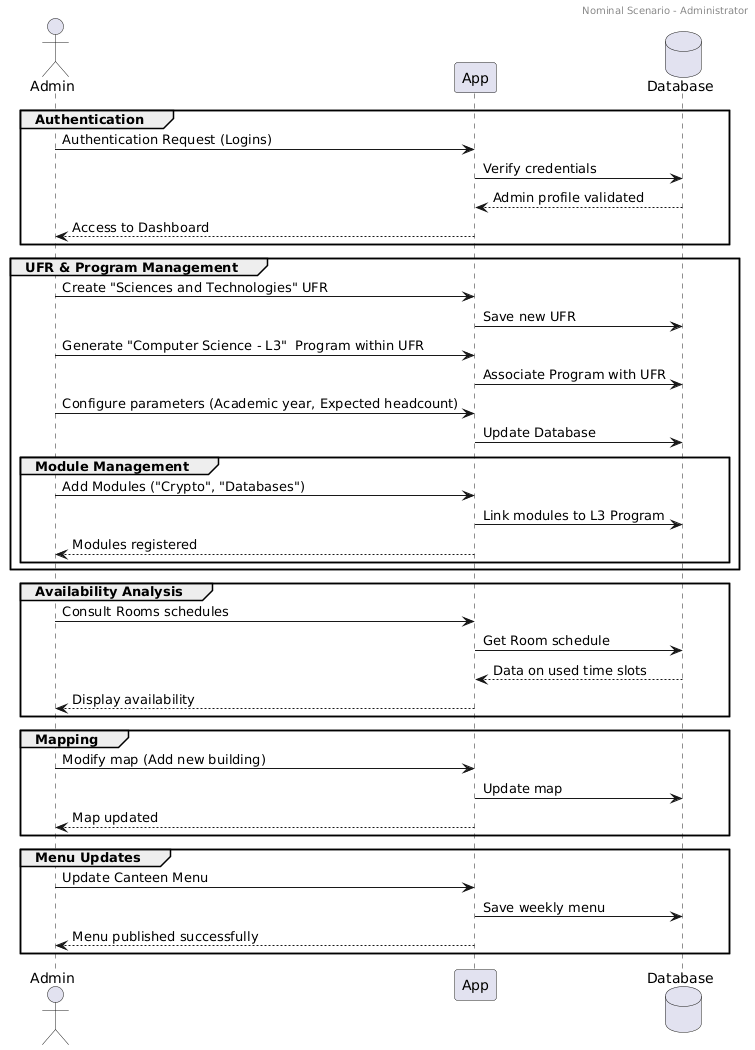
Before: diagrams/sequential_diagrams/admin_sd.png, a diagram exported from PlantUML (JoshuaDixon23/Hyperplanning).
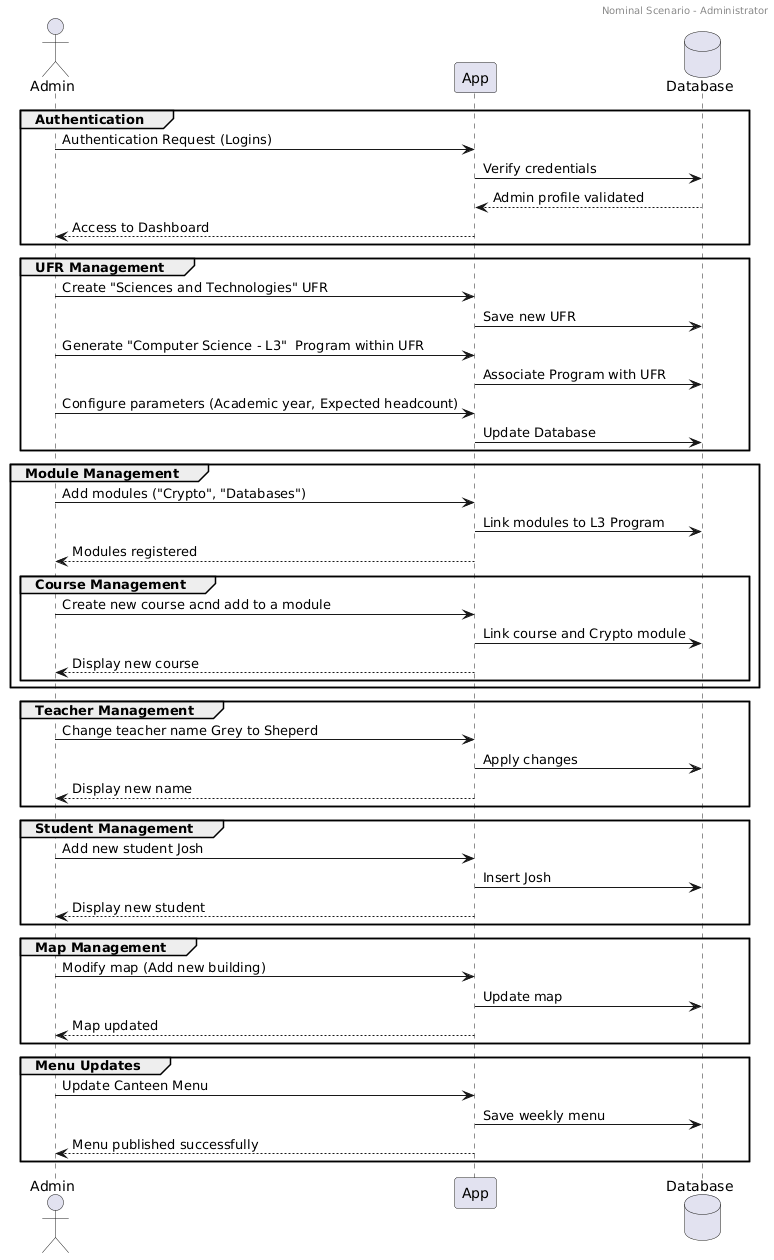
The same diagram one commit later.

Commit message:
fix: sd admin diagram update

The edit, as a diff of the source:
```diff
@@ -12,30 +12,41 @@
     App --> Admin: Access to Dashboard
 end
 
-group UFR & Program Management
+group UFR Management
     Admin -> App: Create "Sciences and Technologies" UFR
     App -> DB: Save new UFR
     Admin -> App: Generate "Computer Science - L3"  Program within UFR
     App -> DB: Associate Program with UFR
     Admin -> App: Configure parameters (Academic year, Expected headcount)
     App -> DB: Update Database
-
+end
 
 group Module Management
-    Admin -> App: Add Modules ("Crypto", "Databases")
+    Admin -> App: Add modules ("Crypto", "Databases")
     App -> DB: Link modules to L3 Program
     App --> Admin: Modules registered
+
+group Course Management
+    Admin -> App: Create new course acnd add to a module
+    App -> DB: Link course and Crypto module
+    App --> Admin: Display new course
 end
 end
 
-group Availability Analysis
-    Admin -> App: Consult Rooms schedules
-    App -> DB: Get Room schedule
-    DB --> App: Data on used time slots
-    App --> Admin: Display availability
+group Teacher Management
+    Admin -> App: Change teacher name Grey to Sheperd
+    App -> DB: Apply changes
+    App --> Admin: Display new name
 end
 
-group Mapping
+group Student Management
+    Admin -> App: Add new student Josh
+    App -> DB: Insert Josh
+    App --> Admin: Display new student
+end
+
+
+group Map Management
     Admin -> App: Modify map (Add new building)
     App -> DB: Update map
     App --> Admin: Map updated
```
